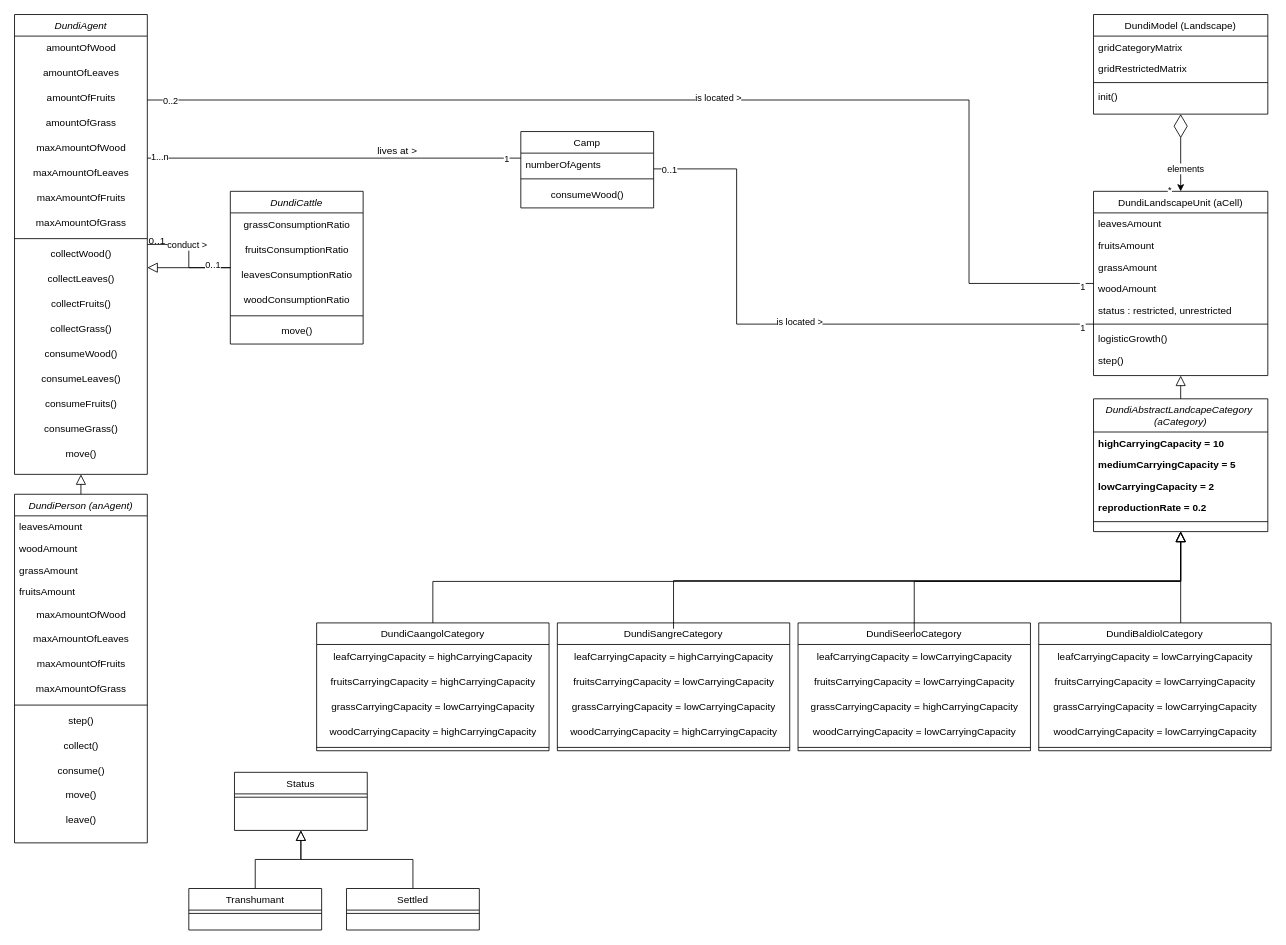
Above: page "Dundi-iteration1" (2 of 6) of DundiV0.drawio in panchovdl/DundiModel (draw.io), before the change. Source tidied: cells renumbered, new cells numbered last; positions are measured from the earlier drawing's top-left corner, leaving out a move shared by most shapes. Both pictures are drawn from the tidied source at 83%, with x=0, y=0 at pixel (14, 14).
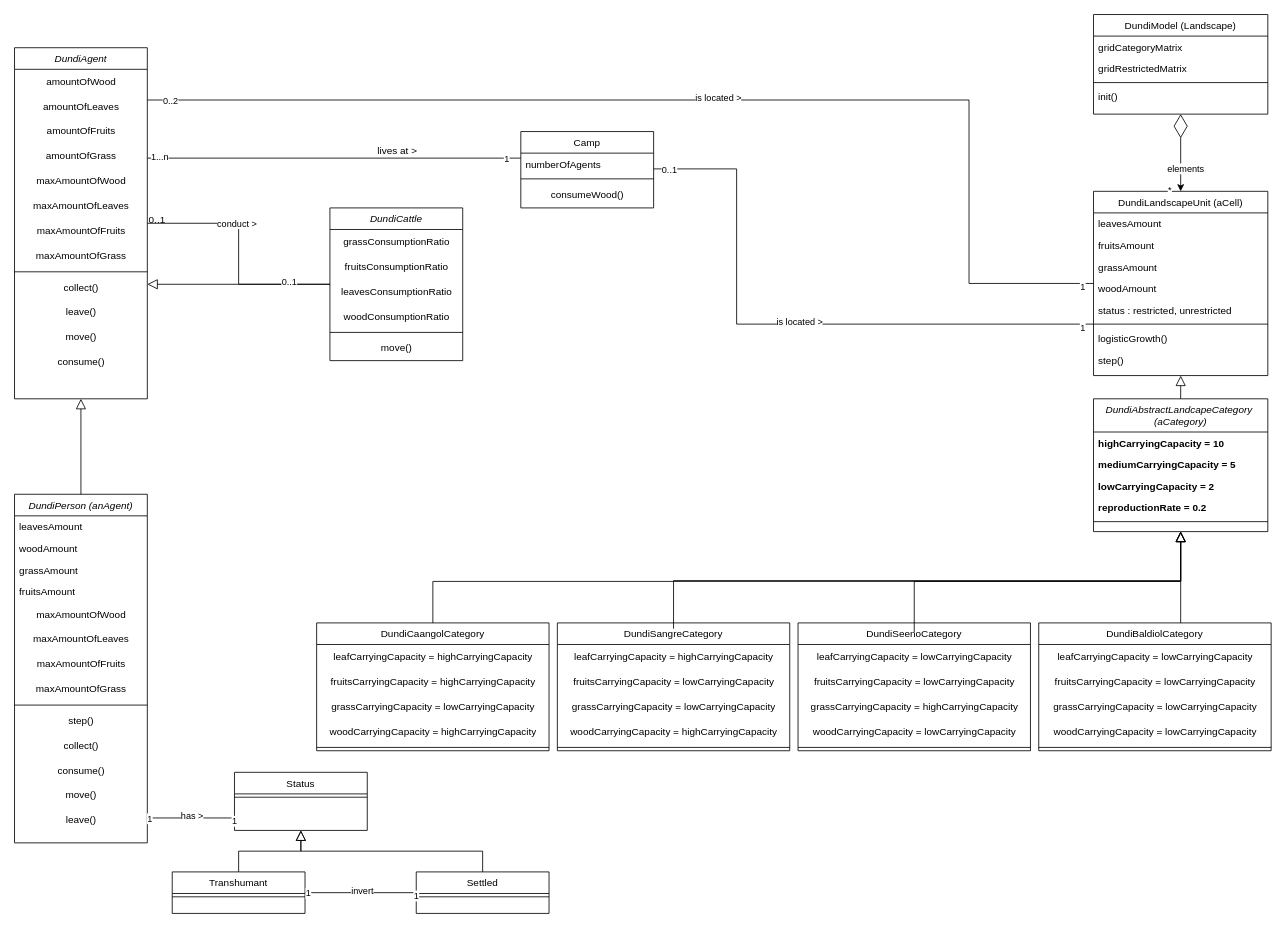
The same page after the edit.

The change refers to these unchanged cells:
```xml
<mxCell id="29" value="Status" style="swimlane;fontStyle=0;align=center;verticalAlign=top;horizontal=1;startSize=26;rounded=0;shadow=0;strokeWidth=1;" parent="1" vertex="1">
  <mxGeometry x="265" y="913" width="160" height="70" as="geometry" />
</mxCell>
<mxCell id="45" value="DundiPerson (anAgent)" style="swimlane;fontStyle=2;align=center;verticalAlign=top;horizontal=1;startSize=26;rounded=0;shadow=0;strokeWidth=1;" parent="1" vertex="1">
  <mxGeometry y="578" width="160" height="420" as="geometry" />
</mxCell>
```

Change to the diagram source:
```diff
@@
     <mxCell id="2" value="DundiAgent" style="swimlane;fontStyle=2;align=center;verticalAlign=top;horizontal=1;startSize=26;rounded=0;shadow=0;strokeWidth=1;" parent="1" vertex="1">
-      <mxGeometry width="160" height="554" as="geometry" />
+      <mxGeometry y="40" width="160" height="423" as="geometry" />
     </mxCell>
@@
-    <mxCell id="12" value="&lt;div&gt;collectWood()&lt;/div&gt;" style="text;html=1;align=center;verticalAlign=middle;strokeColor=none;fillColor=none;" parent="2" vertex="1">
-      <mxGeometry y="274" width="160" height="30" as="geometry" />
-    </mxCell>
-    <mxCell id="13" value="&lt;div&gt;collectLeaves()&lt;/div&gt;" style="text;html=1;align=center;verticalAlign=middle;strokeColor=none;fillColor=none;" parent="2" vertex="1">
-      <mxGeometry y="304" width="160" height="30" as="geometry" />
-    </mxCell>
-    <mxCell id="14" value="&lt;div&gt;collectFruits()&lt;/div&gt;" style="text;html=1;align=center;verticalAlign=middle;strokeColor=none;fillColor=none;" parent="2" vertex="1">
-      <mxGeometry y="334" width="160" height="30" as="geometry" />
-    </mxCell>
-    <mxCell id="15" value="&lt;div&gt;collectGrass()&lt;/div&gt;" style="text;html=1;align=center;verticalAlign=middle;strokeColor=none;fillColor=none;" parent="2" vertex="1">
-      <mxGeometry y="364" width="160" height="30" as="geometry" />
-    </mxCell>
-    <mxCell id="16" value="&lt;div&gt;consumeWood()&lt;/div&gt;" style="text;html=1;align=center;verticalAlign=middle;strokeColor=none;fillColor=none;" parent="2" vertex="1">
-      <mxGeometry y="394" width="160" height="30" as="geometry" />
-    </mxCell>
-    <mxCell id="17" value="&lt;div&gt;consumeLeaves()&lt;/div&gt;" style="text;html=1;align=center;verticalAlign=middle;strokeColor=none;fillColor=none;" parent="2" vertex="1">
-      <mxGeometry y="424" width="160" height="30" as="geometry" />
-    </mxCell>
-    <mxCell id="18" value="&lt;div&gt;consumeFruits()&lt;/div&gt;" style="text;html=1;align=center;verticalAlign=middle;strokeColor=none;fillColor=none;" parent="2" vertex="1">
-      <mxGeometry y="454" width="160" height="30" as="geometry" />
-    </mxCell>
-    <mxCell id="19" value="&lt;div&gt;consumeGrass()&lt;/div&gt;" style="text;html=1;align=center;verticalAlign=middle;strokeColor=none;fillColor=none;" parent="2" vertex="1">
-      <mxGeometry y="484" width="160" height="30" as="geometry" />
-    </mxCell>
+    <mxCell id="125" value="&lt;div&gt;collect()&lt;/div&gt;" style="text;html=1;align=center;verticalAlign=middle;strokeColor=none;fillColor=none;" parent="2" vertex="1">
+      <mxGeometry y="274" width="160" height="30" as="geometry" />
+    </mxCell>
+    <mxCell id="126" value="&lt;div&gt;leave()&lt;/div&gt;" style="text;html=1;align=center;verticalAlign=middle;strokeColor=none;fillColor=none;" parent="2" vertex="1">
+      <mxGeometry y="304" width="160" height="30" as="geometry" />
+    </mxCell>
     <mxCell id="20" value="&lt;div&gt;move()&lt;/div&gt;" style="text;html=1;align=center;verticalAlign=middle;strokeColor=none;fillColor=none;" parent="2" vertex="1">
-      <mxGeometry y="514" width="160" height="30" as="geometry" />
+      <mxGeometry y="334" width="160" height="30" as="geometry" />
     </mxCell>
+    <mxCell id="127" value="&lt;div&gt;consume()&lt;/div&gt;" style="text;html=1;align=center;verticalAlign=middle;strokeColor=none;fillColor=none;" parent="2" vertex="1">
+      <mxGeometry y="364" width="160" height="30" as="geometry" />
+    </mxCell>
@@
     <mxCell id="39" value="Transhumant" style="swimlane;fontStyle=0;align=center;verticalAlign=top;horizontal=1;startSize=26;rounded=0;shadow=0;strokeWidth=1;" parent="1" vertex="1">
-      <mxGeometry x="210" y="1053" width="160" height="50" as="geometry" />
+      <mxGeometry x="190" y="1033" width="160" height="50" as="geometry" />
     </mxCell>
@@
     <mxCell id="41" value="Settled" style="swimlane;fontStyle=0;align=center;verticalAlign=top;horizontal=1;startSize=26;rounded=0;shadow=0;strokeWidth=1;" parent="1" vertex="1">
-      <mxGeometry x="400" y="1053" width="160" height="50" as="geometry" />
+      <mxGeometry x="484" y="1033" width="160" height="50" as="geometry" />
     </mxCell>
@@
     <mxCell id="66" value="DundiCattle" style="swimlane;fontStyle=2;align=center;verticalAlign=top;horizontal=1;startSize=26;rounded=0;shadow=0;strokeWidth=1;" parent="1" vertex="1">
-      <mxGeometry x="260" y="213" width="160" height="184" as="geometry" />
+      <mxGeometry x="380" y="233" width="160" height="184" as="geometry" />
     </mxCell>
@@
+    <mxCell id="128" style="endArrow=none;html=1;rounded=0;edgeStyle=orthogonalEdgeStyle;" parent="1" edge="1" source="45" target="29">
+      <mxGeometry relative="1" as="geometry">
+        <Array as="points">
+          <mxPoint x="220" y="968" />
+          <mxPoint x="220" y="968" />
+        </Array>
+      </mxGeometry>
+    </mxCell>
+    <mxCell id="129" value="has &amp;gt;" style="edgeLabel;html=1;align=center;verticalAlign=middle;" parent="128" vertex="1">
+      <mxGeometry x="0.01" y="3" relative="1" as="geometry" />
+    </mxCell>
+    <mxCell id="130" value="1" style="edgeLabel;html=1;align=center;verticalAlign=middle;" parent="128" vertex="1">
+      <mxGeometry x="-0.96" relative="1" as="geometry" />
+    </mxCell>
+    <mxCell id="131" value="1" style="edgeLabel;html=1;align=center;verticalAlign=middle;" parent="128" vertex="1">
+      <mxGeometry x="0.98" y="-3" relative="1" as="geometry" />
+    </mxCell>
+    <mxCell id="132" style="endArrow=none;html=1;rounded=0;edgeStyle=orthogonalEdgeStyle;" parent="1" edge="1" source="39" target="41">
+      <mxGeometry relative="1" as="geometry" />
+    </mxCell>
+    <mxCell id="133" value="invert" style="edgeLabel;html=1;align=center;verticalAlign=middle;" parent="132" vertex="1">
+      <mxGeometry x="0.01" y="3" relative="1" as="geometry" />
+    </mxCell>
+    <mxCell id="134" value="1" style="edgeLabel;html=1;align=center;verticalAlign=middle;" parent="132" vertex="1">
+      <mxGeometry x="-0.96" relative="1" as="geometry" />
+    </mxCell>
+    <mxCell id="135" value="1" style="edgeLabel;html=1;align=center;verticalAlign=middle;" parent="132" vertex="1">
+      <mxGeometry x="0.98" y="-3" relative="1" as="geometry" />
+    </mxCell>
```
